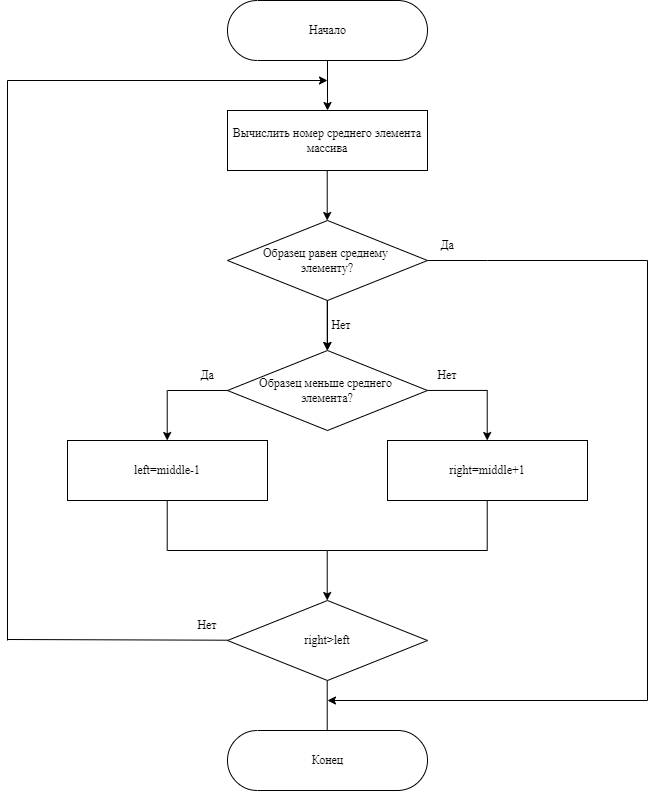
snglrtycrvtureofspce/course_work_sorting_and_binary_search_in_an_array keeps this draw.io diagram as resources/БинарныйПоиск.png. Above is the earlier version. Source tidied: cells renumbered, new cells last; positions are measured from the earlier drawing's top-left corner, leaving out a move shared by most shapes. Its diagram source:
```xml
<mxGraphModel>
  <root>
    <mxCell id="0" />
    <mxCell id="1" parent="0" />
    <mxCell id="2" value="&lt;font face=&quot;Times New Roman&quot;&gt;Начало&lt;/font&gt;" style="html=1;dashed=0;whitespace=wrap;shape=mxgraph.dfd.start;" parent="1" vertex="1">
      <mxGeometry x="220" width="200" height="60" as="geometry" />
    </mxCell>
    <mxCell id="3" value="&lt;font face=&quot;Times New Roman&quot;&gt;Вычислить номер среднего элемента массива&lt;/font&gt;" style="rounded=0;whiteSpace=wrap;html=1;" parent="1" vertex="1">
      <mxGeometry x="220" y="110" width="200" height="60" as="geometry" />
    </mxCell>
    <mxCell id="4" style="edgeStyle=orthogonalEdgeStyle;rounded=0;jettySize=auto;html=1;fontFamily=Times New Roman;" parent="1" edge="1" source="5" target="10">
      <mxGeometry relative="1" as="geometry" />
    </mxCell>
    <mxCell id="5" value="Образец равен среднему &lt;br&gt;элементу?" style="rhombus;whiteSpace=wrap;html=1;fontFamily=Times New Roman;" parent="1" vertex="1">
      <mxGeometry x="220" y="220" width="200" height="80" as="geometry" />
    </mxCell>
    <mxCell id="6" style="endArrow=none;html=1;rounded=0;entryX=0.5;entryY=0.5;entryDx=0;entryDy=30;entryPerimeter=0;" parent="1" edge="1">
      <mxGeometry relative="1" as="geometry">
        <mxPoint x="480" y="260" as="sourcePoint" />
        <mxPoint x="420" y="260" as="targetPoint" />
      </mxGeometry>
    </mxCell>
    <mxCell id="7" style="endArrow=none;html=1;rounded=0;entryX=0.5;entryY=0.5;entryDx=0;entryDy=30;entryPerimeter=0;" parent="1" edge="1">
      <mxGeometry relative="1" as="geometry">
        <mxPoint x="640" y="260" as="sourcePoint" />
        <mxPoint x="480" y="260" as="targetPoint" />
      </mxGeometry>
    </mxCell>
    <mxCell id="8" value="Да" style="text;html=1;strokeColor=none;fillColor=none;align=center;verticalAlign=middle;whiteSpace=wrap;rounded=0;fontFamily=Times New Roman;" parent="1" vertex="1">
      <mxGeometry x="410" y="230" width="60" height="30" as="geometry" />
    </mxCell>
    <mxCell id="9" value="Нет" style="text;html=1;strokeColor=none;fillColor=none;align=center;verticalAlign=middle;whiteSpace=wrap;rounded=0;fontFamily=Times New Roman;" parent="1" vertex="1">
      <mxGeometry x="304" y="310" width="60" height="30" as="geometry" />
    </mxCell>
    <mxCell id="10" value="Образец меньше среднего &lt;br&gt;элемента?" style="rhombus;whiteSpace=wrap;html=1;fontFamily=Times New Roman;" parent="1" vertex="1">
      <mxGeometry x="220" y="350" width="200" height="80" as="geometry" />
    </mxCell>
    <mxCell id="11" style="endArrow=none;html=1;rounded=0;entryX=0.5;entryY=0.5;entryDx=0;entryDy=30;entryPerimeter=0;" parent="1" edge="1">
      <mxGeometry relative="1" as="geometry">
        <mxPoint x="480" y="389.9" as="sourcePoint" />
        <mxPoint x="420" y="389.9" as="targetPoint" />
      </mxGeometry>
    </mxCell>
    <mxCell id="12" value="Нет" style="text;html=1;strokeColor=none;fillColor=none;align=center;verticalAlign=middle;whiteSpace=wrap;rounded=0;fontFamily=Times New Roman;" parent="1" vertex="1">
      <mxGeometry x="410" y="360" width="60" height="30" as="geometry" />
    </mxCell>
    <mxCell id="13" style="endArrow=none;html=1;rounded=0;entryX=0.5;entryY=0.5;entryDx=0;entryDy=30;entryPerimeter=0;" parent="1" edge="1">
      <mxGeometry relative="1" as="geometry">
        <mxPoint x="220" y="390" as="sourcePoint" />
        <mxPoint x="160" y="390" as="targetPoint" />
      </mxGeometry>
    </mxCell>
    <mxCell id="14" value="Да" style="text;html=1;strokeColor=none;fillColor=none;align=center;verticalAlign=middle;whiteSpace=wrap;rounded=0;fontFamily=Times New Roman;" parent="1" vertex="1">
      <mxGeometry x="170" y="360" width="60" height="30" as="geometry" />
    </mxCell>
    <mxCell id="15" value="&lt;font face=&quot;Times New Roman&quot;&gt;left=middle-1&lt;/font&gt;" style="rounded=0;whiteSpace=wrap;html=1;" parent="1" vertex="1">
      <mxGeometry x="60" y="440" width="200" height="60" as="geometry" />
    </mxCell>
    <mxCell id="16" value="&lt;font face=&quot;Times New Roman&quot;&gt;right=middle+1&lt;/font&gt;" style="rounded=0;whiteSpace=wrap;html=1;" parent="1" vertex="1">
      <mxGeometry x="380" y="440" width="200" height="60" as="geometry" />
    </mxCell>
    <mxCell id="17" style="endArrow=none;html=1;rounded=0;entryX=0.5;entryY=0.5;entryDx=0;entryDy=30;entryPerimeter=0;" parent="1" edge="1">
      <mxGeometry relative="1" as="geometry">
        <mxPoint x="159.7" y="550" as="sourcePoint" />
        <mxPoint x="159.7" y="500" as="targetPoint" />
      </mxGeometry>
    </mxCell>
    <mxCell id="18" style="endArrow=none;html=1;rounded=0;entryX=0.5;entryY=0.5;entryDx=0;entryDy=30;entryPerimeter=0;" parent="1" edge="1">
      <mxGeometry relative="1" as="geometry">
        <mxPoint x="479.7" y="550" as="sourcePoint" />
        <mxPoint x="479.7" y="500" as="targetPoint" />
      </mxGeometry>
    </mxCell>
    <mxCell id="19" style="endArrow=none;html=1;rounded=0;entryX=0.5;entryY=0.5;entryDx=0;entryDy=30;entryPerimeter=0;" parent="1" edge="1">
      <mxGeometry relative="1" as="geometry">
        <mxPoint x="320" y="550" as="sourcePoint" />
        <mxPoint x="160" y="550" as="targetPoint" />
      </mxGeometry>
    </mxCell>
    <mxCell id="20" style="endArrow=none;html=1;rounded=0;" parent="1" edge="1">
      <mxGeometry relative="1" as="geometry">
        <mxPoint x="480" y="550" as="sourcePoint" />
        <mxPoint x="320" y="550" as="targetPoint" />
      </mxGeometry>
    </mxCell>
    <mxCell id="21" value="right&amp;gt;left" style="rhombus;whiteSpace=wrap;html=1;fontFamily=Times New Roman;" parent="1" vertex="1">
      <mxGeometry x="220" y="600" width="200" height="80" as="geometry" />
    </mxCell>
    <mxCell id="22" style="endArrow=none;html=1;rounded=0;entryX=0.5;entryY=0.5;entryDx=0;entryDy=30;entryPerimeter=0;" parent="1" edge="1">
      <mxGeometry relative="1" as="geometry">
        <mxPoint x="319.7" y="730" as="sourcePoint" />
        <mxPoint x="319.7" y="680" as="targetPoint" />
      </mxGeometry>
    </mxCell>
    <mxCell id="23" style="endArrow=none;html=1;rounded=0;" parent="1" edge="1">
      <mxGeometry relative="1" as="geometry">
        <mxPoint x="220" y="639.7" as="sourcePoint" />
        <mxPoint y="639" as="targetPoint" />
      </mxGeometry>
    </mxCell>
    <mxCell id="24" value="Нет" style="text;html=1;strokeColor=none;fillColor=none;align=center;verticalAlign=middle;whiteSpace=wrap;rounded=0;fontFamily=Times New Roman;" parent="1" vertex="1">
      <mxGeometry x="170" y="610" width="60" height="30" as="geometry" />
    </mxCell>
    <mxCell id="25" value="&lt;font face=&quot;Times New Roman&quot;&gt;Конец&lt;/font&gt;" style="html=1;dashed=0;whitespace=wrap;shape=mxgraph.dfd.start;" parent="1" vertex="1">
      <mxGeometry x="220" y="730" width="200" height="60" as="geometry" />
    </mxCell>
    <mxCell id="26" style="endArrow=none;html=1;rounded=0;entryX=0.5;entryY=0.5;entryDx=0;entryDy=30;entryPerimeter=0;" parent="1" edge="1">
      <mxGeometry relative="1" as="geometry">
        <mxPoint x="640" y="700" as="sourcePoint" />
        <mxPoint x="640" y="260" as="targetPoint" />
      </mxGeometry>
    </mxCell>
    <mxCell id="27" style="endArrow=classic;html=1;rounded=0;fontFamily=Times New Roman;" parent="1" edge="1">
      <mxGeometry relative="1" as="geometry">
        <mxPoint x="640" y="700" as="sourcePoint" />
        <mxPoint x="320" y="700" as="targetPoint" />
      </mxGeometry>
    </mxCell>
    <mxCell id="28" style="endArrow=classic;html=1;rounded=0;fontFamily=Times New Roman;exitX=0.5;exitY=0.5;exitDx=0;exitDy=30;exitPerimeter=0;entryX=0.5;entryY=0;entryDx=0;entryDy=0;" parent="1" edge="1" source="2" target="3">
      <mxGeometry relative="1" as="geometry" />
    </mxCell>
    <mxCell id="29" style="endArrow=classic;html=1;rounded=0;fontFamily=Times New Roman;exitX=0.5;exitY=0.5;exitDx=0;exitDy=30;exitPerimeter=0;entryX=0.5;entryY=0;entryDx=0;entryDy=0;" parent="1" edge="1">
      <mxGeometry relative="1" as="geometry">
        <mxPoint x="319.7" y="170" as="sourcePoint" />
        <mxPoint x="319.7" y="220" as="targetPoint" />
      </mxGeometry>
    </mxCell>
    <mxCell id="30" style="endArrow=classic;html=1;rounded=0;fontFamily=Times New Roman;exitX=0.5;exitY=0.5;exitDx=0;exitDy=30;exitPerimeter=0;entryX=0.5;entryY=0;entryDx=0;entryDy=0;" parent="1" edge="1">
      <mxGeometry relative="1" as="geometry">
        <mxPoint x="319.7" y="300" as="sourcePoint" />
        <mxPoint x="319.7" y="350" as="targetPoint" />
      </mxGeometry>
    </mxCell>
    <mxCell id="31" style="endArrow=classic;html=1;rounded=0;fontFamily=Times New Roman;exitX=0.5;exitY=0.5;exitDx=0;exitDy=30;exitPerimeter=0;entryX=0.5;entryY=0;entryDx=0;entryDy=0;" parent="1" edge="1">
      <mxGeometry relative="1" as="geometry">
        <mxPoint x="479.7" y="390" as="sourcePoint" />
        <mxPoint x="479.7" y="440" as="targetPoint" />
      </mxGeometry>
    </mxCell>
    <mxCell id="32" style="endArrow=classic;html=1;rounded=0;fontFamily=Times New Roman;exitX=0.5;exitY=0.5;exitDx=0;exitDy=30;exitPerimeter=0;entryX=0.5;entryY=0;entryDx=0;entryDy=0;" parent="1" edge="1">
      <mxGeometry relative="1" as="geometry">
        <mxPoint x="159.7" y="390" as="sourcePoint" />
        <mxPoint x="159.7" y="440" as="targetPoint" />
      </mxGeometry>
    </mxCell>
    <mxCell id="33" style="endArrow=classic;html=1;rounded=0;fontFamily=Times New Roman;exitX=0.5;exitY=0.5;exitDx=0;exitDy=30;exitPerimeter=0;entryX=0.5;entryY=0;entryDx=0;entryDy=0;" parent="1" edge="1">
      <mxGeometry relative="1" as="geometry">
        <mxPoint x="319.7" y="550" as="sourcePoint" />
        <mxPoint x="319.7" y="600" as="targetPoint" />
      </mxGeometry>
    </mxCell>
    <mxCell id="34" style="endArrow=none;html=1;rounded=0;" parent="1" edge="1">
      <mxGeometry relative="1" as="geometry">
        <mxPoint y="640" as="sourcePoint" />
        <mxPoint y="80" as="targetPoint" />
      </mxGeometry>
    </mxCell>
    <mxCell id="35" style="endArrow=classic;html=1;rounded=0;fontFamily=Times New Roman;exitX=0.5;exitY=0.5;exitDx=0;exitDy=30;exitPerimeter=0;" parent="1" edge="1">
      <mxGeometry relative="1" as="geometry">
        <mxPoint y="80" as="sourcePoint" />
        <mxPoint x="320" y="80" as="targetPoint" />
      </mxGeometry>
    </mxCell>
  </root>
</mxGraphModel>
```
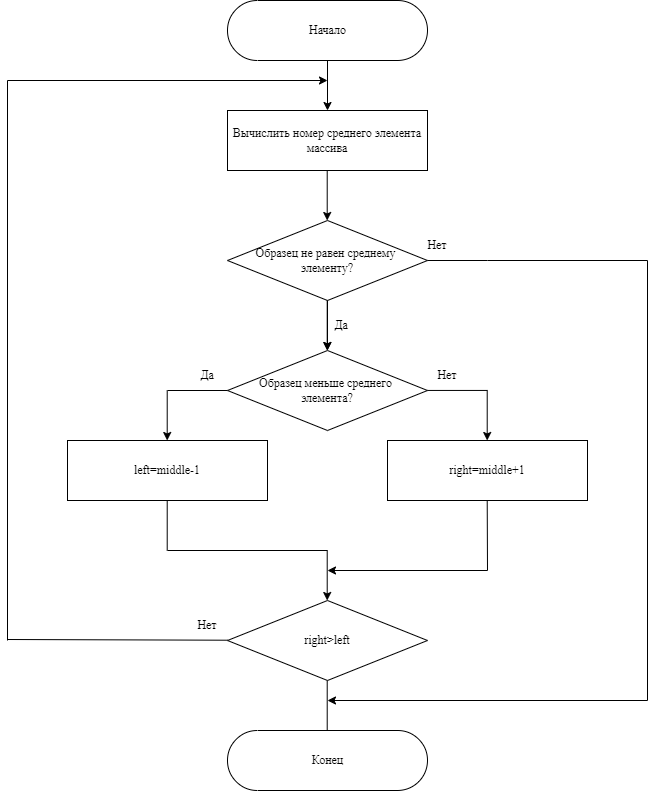
Above is the later version.

Diff of the diagram source:
```diff
@@ -11,7 +11,7 @@
     <mxCell id="4" style="edgeStyle=orthogonalEdgeStyle;rounded=0;jettySize=auto;html=1;fontFamily=Times New Roman;" parent="1" edge="1" source="5" target="10">
       <mxGeometry relative="1" as="geometry" />
     </mxCell>
-    <mxCell id="5" value="Образец равен среднему &lt;br&gt;элементу?" style="rhombus;whiteSpace=wrap;html=1;fontFamily=Times New Roman;" parent="1" vertex="1">
+    <mxCell id="5" value="Образец не равен среднему &lt;br&gt;элементу?" style="rhombus;whiteSpace=wrap;html=1;fontFamily=Times New Roman;" parent="1" vertex="1">
       <mxGeometry x="220" y="220" width="200" height="80" as="geometry" />
     </mxCell>
     <mxCell id="6" style="endArrow=none;html=1;rounded=0;entryX=0.5;entryY=0.5;entryDx=0;entryDy=30;entryPerimeter=0;" parent="1" edge="1">
@@ -27,10 +27,10 @@
       </mxGeometry>
     </mxCell>
     <mxCell id="8" value="Да" style="text;html=1;strokeColor=none;fillColor=none;align=center;verticalAlign=middle;whiteSpace=wrap;rounded=0;fontFamily=Times New Roman;" parent="1" vertex="1">
-      <mxGeometry x="410" y="230" width="60" height="30" as="geometry" />
+      <mxGeometry x="304" y="310" width="60" height="30" as="geometry" />
     </mxCell>
     <mxCell id="9" value="Нет" style="text;html=1;strokeColor=none;fillColor=none;align=center;verticalAlign=middle;whiteSpace=wrap;rounded=0;fontFamily=Times New Roman;" parent="1" vertex="1">
-      <mxGeometry x="304" y="310" width="60" height="30" as="geometry" />
+      <mxGeometry x="400" y="230" width="60" height="30" as="geometry" />
     </mxCell>
     <mxCell id="10" value="Образец меньше среднего &lt;br&gt;элемента?" style="rhombus;whiteSpace=wrap;html=1;fontFamily=Times New Roman;" parent="1" vertex="1">
       <mxGeometry x="220" y="350" width="200" height="80" as="geometry" />
@@ -67,7 +67,7 @@
     </mxCell>
     <mxCell id="18" style="endArrow=none;html=1;rounded=0;entryX=0.5;entryY=0.5;entryDx=0;entryDy=30;entryPerimeter=0;" parent="1" edge="1">
       <mxGeometry relative="1" as="geometry">
-        <mxPoint x="479.7" y="550" as="sourcePoint" />
+        <mxPoint x="480" y="570" as="sourcePoint" />
         <mxPoint x="479.7" y="500" as="targetPoint" />
       </mxGeometry>
     </mxCell>
@@ -77,12 +77,6 @@
         <mxPoint x="160" y="550" as="targetPoint" />
       </mxGeometry>
     </mxCell>
-    <mxCell id="20" style="endArrow=none;html=1;rounded=0;" parent="1" edge="1">
-      <mxGeometry relative="1" as="geometry">
-        <mxPoint x="480" y="550" as="sourcePoint" />
-        <mxPoint x="320" y="550" as="targetPoint" />
-      </mxGeometry>
-    </mxCell>
     <mxCell id="21" value="right&amp;gt;left" style="rhombus;whiteSpace=wrap;html=1;fontFamily=Times New Roman;" parent="1" vertex="1">
       <mxGeometry x="220" y="600" width="200" height="80" as="geometry" />
     </mxCell>
@@ -161,5 +155,11 @@
         <mxPoint x="320" y="80" as="targetPoint" />
       </mxGeometry>
     </mxCell>
+    <mxCell id="36" style="endArrow=classic;html=1;rounded=0;" parent="1" edge="1">
+      <mxGeometry relative="1" as="geometry">
+        <mxPoint x="480" y="570" as="sourcePoint" />
+        <mxPoint x="320" y="570" as="targetPoint" />
+      </mxGeometry>
+    </mxCell>
   </root>
 </mxGraphModel>
```
